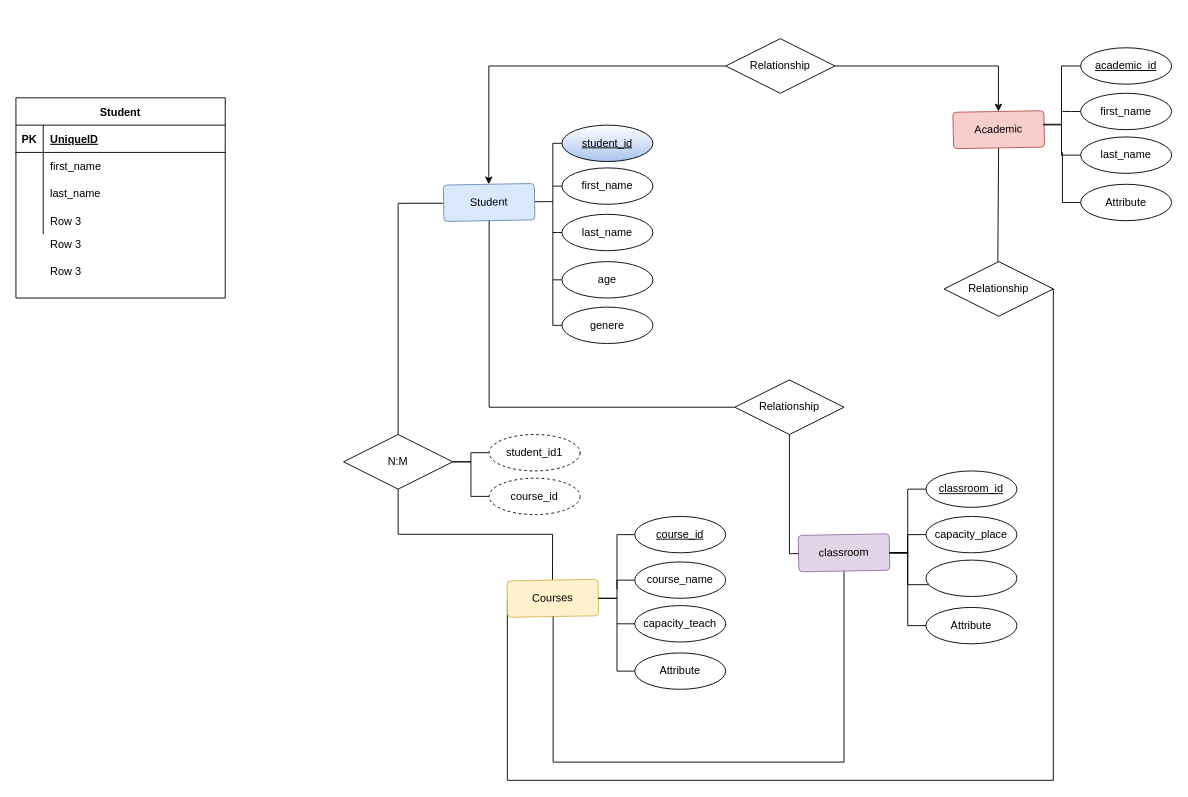
Above: Untitled Diagram.drawio in danthb/LogIn_ (draw.io), before the change. Source tidied: cells renumbered, new cells numbered last; positions are measured from the earlier drawing's top-left corner, leaving out a move shared by most shapes. Both pictures are drawn from the tidied source at 91%, with x=0, y=0 at pixel (15, 38).
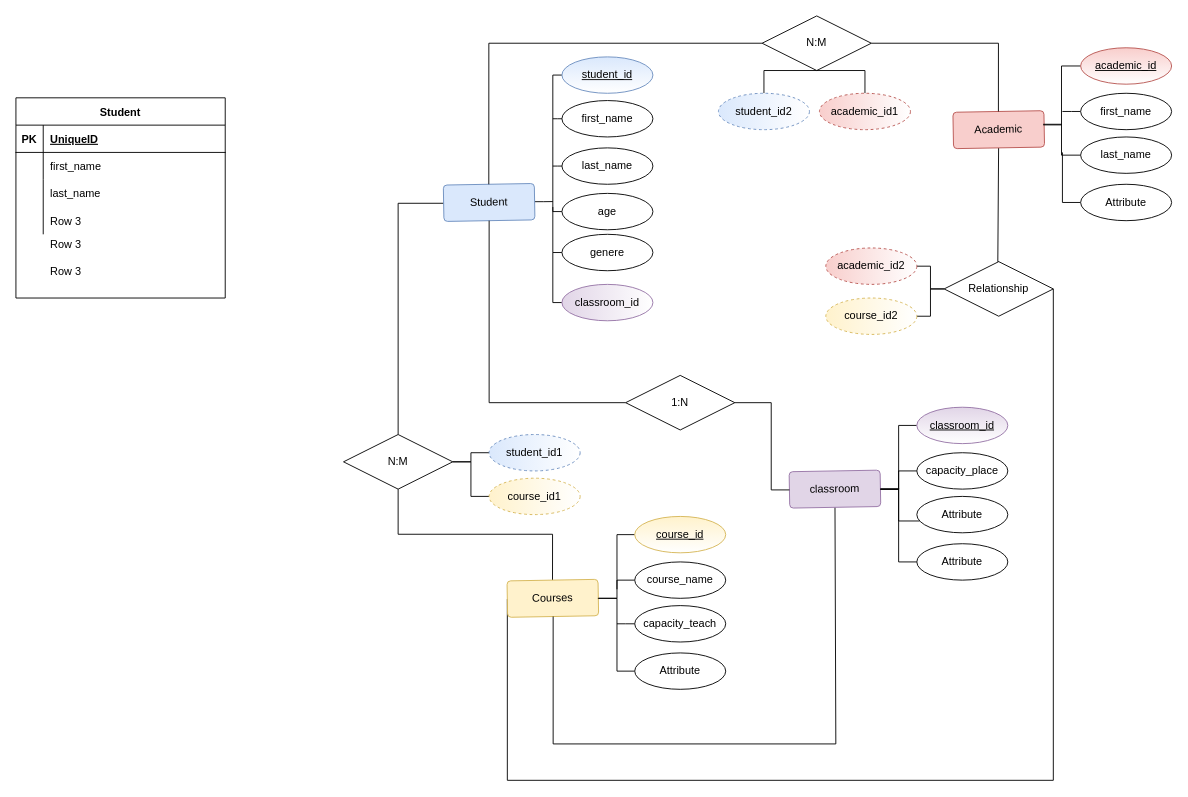
The same diagram, later.

The change refers to these unchanged cells:
```xml
<mxCell id="8" value="Student" style="rounded=1;arcSize=10;whiteSpace=wrap;html=1;align=center;rotation=-1;fillColor=#dae8fc;strokeColor=#6c8ebf;" parent="1" vertex="1">
  <mxGeometry x="470" y="160" width="100" height="40" as="geometry" />
</mxCell>
<mxCell id="18" value="Academic" style="rounded=1;arcSize=10;whiteSpace=wrap;html=1;align=center;rotation=-1;fillColor=#f8cecc;strokeColor=#b85450;" parent="1" vertex="1">
  <mxGeometry x="1030" y="80" width="100" height="40" as="geometry" />
</mxCell>
<mxCell id="41" value="Courses" style="rounded=1;arcSize=10;whiteSpace=wrap;html=1;align=center;rotation=-1;fillColor=#fff2cc;strokeColor=#d6b656;" parent="1" vertex="1">
  <mxGeometry x="540" y="595" width="100" height="40" as="geometry" />
</mxCell>
<mxCell id="72" value="Relationship" style="shape=rhombus;perimeter=rhombusPerimeter;whiteSpace=wrap;html=1;align=center;" parent="1" vertex="1">
  <mxGeometry x="1020" y="245" width="120" height="60" as="geometry" />
</mxCell>
```

Change to the diagram source:
```diff
@@
     <mxCell id="9" style="edgeStyle=elbowEdgeStyle;rounded=0;jettySize=auto;html=1;endArrow=none;endFill=0;" parent="1" edge="1" source="10">
       <mxGeometry relative="1" as="geometry">
-        <mxPoint x="590" y="162" as="targetPoint" />
+        <mxPoint x="590" y="88" as="targetPoint" />
       </mxGeometry>
     </mxCell>
     <mxCell id="10" value="first_name" style="ellipse;whiteSpace=wrap;html=1;align=center;" parent="1" vertex="1">
-      <mxGeometry x="600" y="142" width="100" height="40" as="geometry" />
+      <mxGeometry x="600" y="68" width="100" height="40" as="geometry" />
     </mxCell>
     <mxCell id="11" style="edgeStyle=orthogonalEdgeStyle;rounded=0;jettySize=auto;html=1;endArrow=none;endFill=0;" parent="1" edge="1" source="12">
       <mxGeometry relative="1" as="geometry">
         <mxPoint x="590" y="185" as="targetPoint" />
         <Array as="points">
-          <mxPoint x="590" y="115" />
+          <mxPoint x="590" y="40" />
         </Array>
       </mxGeometry>
     </mxCell>
-    <mxCell id="12" value="student_id" style="ellipse;whiteSpace=wrap;html=1;align=center;fontStyle=4;gradientColor=#A9C4EB;" parent="1" vertex="1">
-      <mxGeometry x="600" y="95" width="100" height="40" as="geometry" />
+    <mxCell id="12" value="student_id" style="ellipse;whiteSpace=wrap;html=1;align=center;fontStyle=4;fillColor=#dae8fc;strokeColor=#6c8ebf;gradientColor=#ffffff;" parent="1" vertex="1">
+      <mxGeometry x="600" y="20" width="100" height="40" as="geometry" />
     </mxCell>
     <mxCell id="13" style="edgeStyle=elbowEdgeStyle;rounded=0;jettySize=auto;html=1;endArrow=none;endFill=0;" parent="1" edge="1" source="14">
       <mxGeometry relative="1" as="geometry">
-        <mxPoint x="590" y="213" as="targetPoint" />
+        <mxPoint x="590" y="140" as="targetPoint" />
       </mxGeometry>
     </mxCell>
     <mxCell id="14" value="last_name" style="ellipse;whiteSpace=wrap;html=1;align=center;" parent="1" vertex="1">
-      <mxGeometry x="600" y="193" width="100" height="40" as="geometry" />
+      <mxGeometry x="600" y="120" width="100" height="40" as="geometry" />
     </mxCell>
     <mxCell id="15" style="edgeStyle=orthogonalEdgeStyle;rounded=0;jettySize=auto;html=1;endArrow=none;endFill=0;" parent="1" edge="1" source="16">
       <mxGeometry relative="1" as="geometry">
         <mxPoint x="590" y="185" as="targetPoint" />
         <Array as="points">
-          <mxPoint x="590" y="265" />
+          <mxPoint x="590" y="190" />
         </Array>
       </mxGeometry>
     </mxCell>
     <mxCell id="16" value="age" style="ellipse;whiteSpace=wrap;html=1;align=center;" parent="1" vertex="1">
-      <mxGeometry x="600" y="245" width="100" height="40" as="geometry" />
+      <mxGeometry x="600" y="170" width="100" height="40" as="geometry" />
     </mxCell>
@@
-    <mxCell id="22" value="academic_id" style="ellipse;whiteSpace=wrap;html=1;align=center;fontStyle=4;" parent="1" vertex="1">
+    <mxCell id="22" value="academic_id" style="ellipse;whiteSpace=wrap;html=1;align=center;fontStyle=4;fillColor=#f8cecc;strokeColor=#b85450;gradientColor=#ffffff;" parent="1" vertex="1">
       <mxGeometry x="1170" y="10" width="100" height="40" as="geometry" />
     </mxCell>
@@
-    <mxCell id="45" value="course_id" style="ellipse;whiteSpace=wrap;html=1;align=center;fontStyle=4;" parent="1" vertex="1">
+    <mxCell id="45" value="course_id" style="ellipse;whiteSpace=wrap;html=1;align=center;fontStyle=4;fillColor=#fff2cc;strokeColor=#d6b656;gradientColor=#ffffff;" parent="1" vertex="1">
       <mxGeometry x="680" y="525" width="100" height="40" as="geometry" />
     </mxCell>
@@
     <mxCell id="50" style="edgeStyle=elbowEdgeStyle;rounded=0;jettySize=auto;html=1;entryX=0.5;entryY=1;entryDx=0;entryDy=0;endArrow=none;endFill=0;" parent="1" edge="1" source="51" target="41">
       <mxGeometry relative="1" as="geometry">
         <Array as="points">
+          <mxPoint x="901" y="775" />
+          <mxPoint x="910" y="765" />
           <mxPoint x="910" y="795" />
         </Array>
       </mxGeometry>
     </mxCell>
     <mxCell id="51" value="classroom" style="rounded=1;arcSize=10;whiteSpace=wrap;html=1;align=center;rotation=-1;fillColor=#e1d5e7;strokeColor=#9673a6;" parent="1" vertex="1">
-      <mxGeometry x="860" y="545" width="100" height="40" as="geometry" />
+      <mxGeometry x="850" y="475" width="100" height="40" as="geometry" />
     </mxCell>
     <mxCell id="52" style="edgeStyle=orthogonalEdgeStyle;rounded=0;jettySize=auto;html=1;endArrow=none;endFill=0;" parent="1" edge="1" source="53">
       <mxGeometry relative="1" as="geometry">
-        <mxPoint x="960" y="565" as="targetPoint" />
+        <mxPoint x="950" y="495" as="targetPoint" />
         <Array as="points">
-          <mxPoint x="980" y="545" />
-          <mxPoint x="980" y="565" />
-          <mxPoint x="960" y="565" />
+          <mxPoint x="970" y="475" />
+          <mxPoint x="970" y="495" />
+          <mxPoint x="950" y="495" />
         </Array>
       </mxGeometry>
     </mxCell>
     <mxCell id="53" value="capacity_place" style="ellipse;whiteSpace=wrap;html=1;align=center;" parent="1" vertex="1">
-      <mxGeometry x="1000" y="525" width="100" height="40" as="geometry" />
+      <mxGeometry x="990" y="455" width="100" height="40" as="geometry" />
     </mxCell>
     <mxCell id="54" style="edgeStyle=orthogonalEdgeStyle;rounded=0;jettySize=auto;html=1;endArrow=none;endFill=0;" parent="1" edge="1" source="55">
       <mxGeometry relative="1" as="geometry">
-        <mxPoint x="960" y="565" as="targetPoint" />
+        <mxPoint x="950" y="495" as="targetPoint" />
         <Array as="points">
-          <mxPoint x="980" y="495" />
-          <mxPoint x="980" y="565" />
-          <mxPoint x="960" y="565" />
+          <mxPoint x="970" y="425" />
+          <mxPoint x="970" y="495" />
+          <mxPoint x="950" y="495" />
         </Array>
       </mxGeometry>
     </mxCell>
-    <mxCell id="55" value="classroom_id" style="ellipse;whiteSpace=wrap;html=1;align=center;fontStyle=4;" parent="1" vertex="1">
-      <mxGeometry x="1000" y="475" width="100" height="40" as="geometry" />
+    <mxCell id="55" value="classroom_id" style="ellipse;whiteSpace=wrap;html=1;align=center;fontStyle=4;fillColor=#e1d5e7;strokeColor=#9673a6;gradientColor=#ffffff;" parent="1" vertex="1">
+      <mxGeometry x="990" y="405" width="100" height="40" as="geometry" />
     </mxCell>
     <mxCell id="56" style="edgeStyle=orthogonalEdgeStyle;rounded=0;jettySize=auto;html=1;endArrow=none;endFill=0;" parent="1" edge="1" source="57">
       <mxGeometry relative="1" as="geometry">
-        <mxPoint x="980" y="564" as="targetPoint" />
+        <mxPoint x="970" y="494" as="targetPoint" />
         <Array as="points">
-          <mxPoint x="980" y="600" />
-          <mxPoint x="980" y="564" />
+          <mxPoint x="970" y="530" />
+          <mxPoint x="970" y="494" />
         </Array>
       </mxGeometry>
     </mxCell>
-    <mxCell id="57" style="ellipse;whiteSpace=wrap;html=1;align=center;" parent="1" vertex="1">
-      <mxGeometry x="1000" y="573" width="100" height="40" as="geometry" />
+    <mxCell id="57" value="Attribute" style="ellipse;whiteSpace=wrap;html=1;align=center;" parent="1" vertex="1">
+      <mxGeometry x="990" y="503" width="100" height="40" as="geometry" />
     </mxCell>
     <mxCell id="58" style="edgeStyle=orthogonalEdgeStyle;rounded=0;jettySize=auto;html=1;endArrow=none;endFill=0;" parent="1" edge="1" source="59">
       <mxGeometry relative="1" as="geometry">
-        <mxPoint x="980" y="565" as="targetPoint" />
+        <mxPoint x="970" y="495" as="targetPoint" />
         <Array as="points">
-          <mxPoint x="980" y="645" />
-          <mxPoint x="980" y="565" />
-          <mxPoint x="960" y="565" />
+          <mxPoint x="970" y="575" />
+          <mxPoint x="970" y="495" />
+          <mxPoint x="950" y="495" />
         </Array>
       </mxGeometry>
     </mxCell>
     <mxCell id="59" value="Attribute" style="ellipse;whiteSpace=wrap;html=1;align=center;" parent="1" vertex="1">
-      <mxGeometry x="1000" y="625" width="100" height="40" as="geometry" />
+      <mxGeometry x="990" y="555" width="100" height="40" as="geometry" />
     </mxCell>
     <mxCell id="60" style="edgeStyle=elbowEdgeStyle;rounded=0;jettySize=auto;html=1;endArrow=none;endFill=0;" parent="1" edge="1" source="61">
       <mxGeometry relative="1" as="geometry">
-        <mxPoint x="590" y="265" as="targetPoint" />
+        <mxPoint x="590" y="185" as="targetPoint" />
         <Array as="points">
           <mxPoint x="590" y="285" />
           <mxPoint x="580" y="193" />
           <mxPoint x="580" y="195" />
           <mxPoint x="580" y="235" />
         </Array>
       </mxGeometry>
     </mxCell>
     <mxCell id="61" value="genere" style="ellipse;whiteSpace=wrap;html=1;align=center;" parent="1" vertex="1">
-      <mxGeometry x="600" y="295" width="100" height="40" as="geometry" />
+      <mxGeometry x="600" y="215" width="100" height="40" as="geometry" />
     </mxCell>
@@
-    <mxCell id="63" value="student_id1" style="ellipse;whiteSpace=wrap;html=1;align=center;dashed=1;" parent="1" vertex="1">
+    <mxCell id="63" value="student_id1" style="ellipse;whiteSpace=wrap;html=1;align=center;dashed=1;fillColor=#dae8fc;strokeColor=#6c8ebf;gradientColor=#ffffff;gradientDirection=east;" parent="1" vertex="1">
       <mxGeometry x="520" y="435" width="100" height="40" as="geometry" />
     </mxCell>
@@
-    <mxCell id="65" value="course_id" style="ellipse;whiteSpace=wrap;html=1;align=center;fontStyle=0;dashed=1;" parent="1" vertex="1">
+    <mxCell id="65" value="course_id1" style="ellipse;whiteSpace=wrap;html=1;align=center;fontStyle=0;dashed=1;fillColor=#fff2cc;strokeColor=#d6b656;gradientColor=#ffffff;gradientDirection=east;" parent="1" vertex="1">
       <mxGeometry x="520" y="483" width="100" height="40" as="geometry" />
     </mxCell>
-    <mxCell id="66" style="edgeStyle=orthogonalEdgeStyle;rounded=0;jettySize=auto;html=1;exitX=1;exitY=0.5;exitDx=0;exitDy=0;entryX=0.5;entryY=0;entryDx=0;entryDy=0;" parent="1" edge="1" source="68" target="18">
+    <mxCell id="66" style="edgeStyle=orthogonalEdgeStyle;rounded=0;jettySize=auto;html=1;exitX=1;exitY=0.5;exitDx=0;exitDy=0;entryX=0.5;entryY=0;entryDx=0;entryDy=0;endArrow=none;endFill=0;" parent="1" edge="1" source="68" target="18">
       <mxGeometry relative="1" as="geometry" />
     </mxCell>
-    <mxCell id="67" style="edgeStyle=orthogonalEdgeStyle;rounded=0;jettySize=auto;html=1;entryX=0.5;entryY=0;entryDx=0;entryDy=0;" parent="1" edge="1" source="68" target="8">
+    <mxCell id="67" style="edgeStyle=orthogonalEdgeStyle;rounded=0;jettySize=auto;html=1;entryX=0.5;entryY=0;entryDx=0;entryDy=0;endArrow=none;endFill=0;" parent="1" edge="1" source="68" target="8">
       <mxGeometry relative="1" as="geometry" />
     </mxCell>
-    <mxCell id="68" value="Relationship" style="shape=rhombus;perimeter=rhombusPerimeter;whiteSpace=wrap;html=1;align=center;" parent="1" vertex="1">
-      <mxGeometry x="780" width="120" height="60" as="geometry" />
+    <mxCell id="68" value="N:M" style="shape=rhombus;perimeter=rhombusPerimeter;whiteSpace=wrap;html=1;align=center;" parent="1" vertex="1">
+      <mxGeometry x="820" y="-25" width="120" height="60" as="geometry" />
     </mxCell>
@@
-    <mxCell id="70" style="edgeStyle=elbowEdgeStyle;rounded=0;jettySize=auto;html=1;entryX=0;entryY=0.5;entryDx=0;entryDy=0;endArrow=none;endFill=0;" parent="1" edge="1" source="71" target="51">
+    <mxCell id="70" style="edgeStyle=elbowEdgeStyle;rounded=0;jettySize=auto;html=1;entryX=0;entryY=0.5;entryDx=0;entryDy=0;endArrow=none;endFill=0;exitX=1;exitY=0.5;exitDx=0;exitDy=0;" parent="1" edge="1" source="71" target="51">
       <mxGeometry relative="1" as="geometry">
         <Array as="points">
+          <mxPoint x="830" y="415" />
           <mxPoint x="850" y="485" />
         </Array>
       </mxGeometry>
     </mxCell>
-    <mxCell id="71" value="Relationship" style="shape=rhombus;perimeter=rhombusPerimeter;whiteSpace=wrap;html=1;align=center;" parent="1" vertex="1">
-      <mxGeometry x="790" y="375" width="120" height="60" as="geometry" />
+    <mxCell id="71" value="1:N" style="shape=rhombus;perimeter=rhombusPerimeter;whiteSpace=wrap;html=1;align=center;" parent="1" vertex="1">
+      <mxGeometry x="670" y="370" width="120" height="60" as="geometry" />
     </mxCell>
+    <mxCell id="73" style="edgeStyle=elbowEdgeStyle;rounded=0;jettySize=auto;html=1;entryX=1;entryY=0.5;entryDx=0;entryDy=0;endArrow=none;endFill=0;" parent="1" edge="1" source="72" target="82">
+      <mxGeometry relative="1" as="geometry" />
+    </mxCell>
+    <mxCell id="74" style="edgeStyle=elbowEdgeStyle;rounded=0;jettySize=auto;html=1;entryX=1;entryY=0.5;entryDx=0;entryDy=0;endArrow=none;endFill=0;" parent="1" edge="1" source="72" target="81">
+      <mxGeometry relative="1" as="geometry" />
+    </mxCell>
@@
+    <mxCell id="75" style="edgeStyle=elbowEdgeStyle;rounded=0;jettySize=auto;html=1;endArrow=none;endFill=0;" parent="1" edge="1" source="76">
+      <mxGeometry relative="1" as="geometry">
+        <mxPoint x="880" y="35" as="targetPoint" />
+        <Array as="points">
+          <mxPoint x="822" y="45" />
+        </Array>
+      </mxGeometry>
+    </mxCell>
+    <mxCell id="76" value="student_id2" style="ellipse;whiteSpace=wrap;html=1;align=center;dashed=1;fillColor=#dae8fc;strokeColor=#6c8ebf;gradientColor=#ffffff;gradientDirection=east;" parent="1" vertex="1">
+      <mxGeometry x="772" y="60" width="100" height="40" as="geometry" />
+    </mxCell>
+    <mxCell id="77" style="edgeStyle=elbowEdgeStyle;rounded=0;jettySize=auto;html=1;entryX=0.5;entryY=1;entryDx=0;entryDy=0;endArrow=none;endFill=0;" parent="1" edge="1" source="78" target="68">
+      <mxGeometry relative="1" as="geometry">
+        <Array as="points">
+          <mxPoint x="933" y="35" />
+        </Array>
+      </mxGeometry>
+    </mxCell>
+    <mxCell id="78" value="academic_id1" style="ellipse;whiteSpace=wrap;html=1;align=center;fontStyle=0;dashed=1;fillColor=#f8cecc;strokeColor=#b85450;gradientColor=#ffffff;gradientDirection=east;" parent="1" vertex="1">
+      <mxGeometry x="883" y="60" width="100" height="40" as="geometry" />
+    </mxCell>
+    <mxCell id="79" style="edgeStyle=elbowEdgeStyle;rounded=0;jettySize=auto;html=1;exitX=0;exitY=0.5;exitDx=0;exitDy=0;endArrow=none;endFill=0;" parent="1" edge="1" source="80">
+      <mxGeometry relative="1" as="geometry">
+        <mxPoint x="590" y="235" as="targetPoint" />
+        <Array as="points">
+          <mxPoint x="590" y="265" />
+        </Array>
+      </mxGeometry>
+    </mxCell>
+    <mxCell id="80" value="classroom_id" style="ellipse;whiteSpace=wrap;html=1;align=center;fontStyle=0;fillColor=#e1d5e7;strokeColor=#9673a6;gradientColor=#ffffff;gradientDirection=east;" parent="1" vertex="1">
+      <mxGeometry x="600" y="270" width="100" height="40" as="geometry" />
+    </mxCell>
+    <mxCell id="81" value="course_id2" style="ellipse;whiteSpace=wrap;html=1;align=center;fontStyle=0;fillColor=#fff2cc;strokeColor=#d6b656;gradientColor=#ffffff;gradientDirection=east;dashed=1;" parent="1" vertex="1">
+      <mxGeometry x="890" y="285" width="100" height="40" as="geometry" />
+    </mxCell>
+    <mxCell id="82" value="academic_id2" style="ellipse;whiteSpace=wrap;html=1;align=center;fontStyle=0;dashed=1;fillColor=#f8cecc;strokeColor=#b85450;gradientColor=#ffffff;gradientDirection=east;" parent="1" vertex="1">
+      <mxGeometry x="890" y="230" width="100" height="40" as="geometry" />
+    </mxCell>
```
